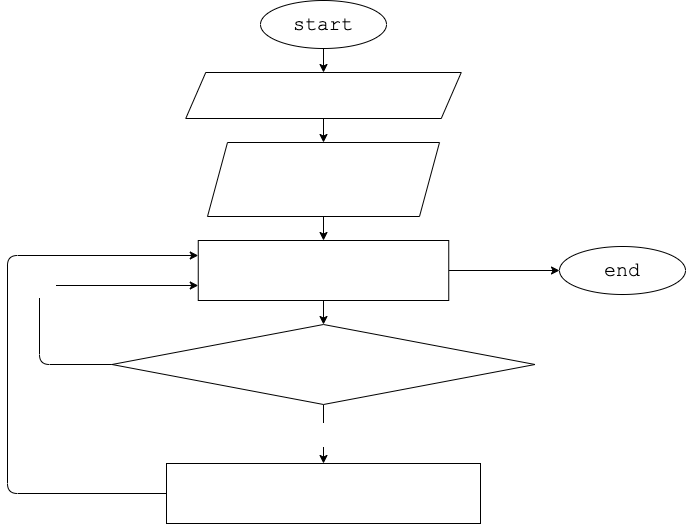
This is FinalWork/diagram.drawio.png from Babamuratov/FinalWork, a draw.io export, as it was before one commit. Source tidied: cells renumbered, new cells last; positions are measured from the earlier drawing's top-left corner, leaving out a move shared by most shapes.
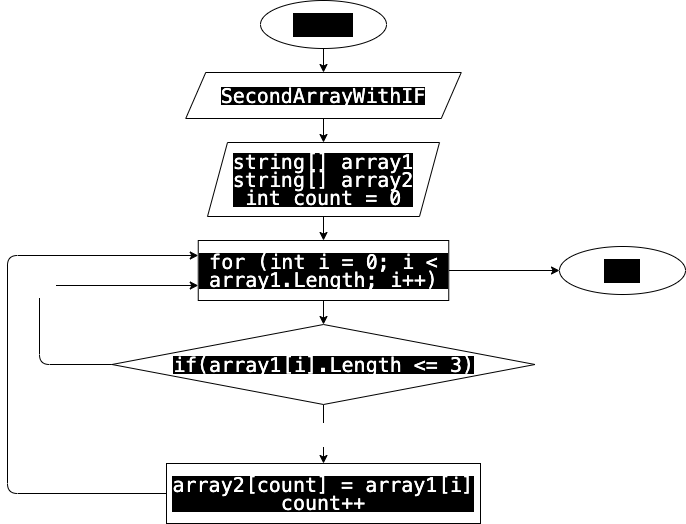
Later version of the same file.

Commit message:
Итоговая задача

The edit, as a diff of the source:
```diff
@@ -5,19 +5,19 @@
     <mxCell id="2" style="edgeStyle=none;html=1;fontFamily=Courier New;fontSize=20;fontColor=#FFFFFF;" parent="1" edge="1" source="3" target="5">
       <mxGeometry relative="1" as="geometry" />
     </mxCell>
-    <mxCell id="3" value="start" style="ellipse;whiteSpace=wrap;html=1;fontFamily=Courier New;fontSize=20;" parent="1" vertex="1">
+    <mxCell id="3" value="start" style="ellipse;whiteSpace=wrap;html=1;fontFamily=Courier New;fontSize=20;labelBackgroundColor=#000000;" parent="1" vertex="1">
       <mxGeometry x="253" width="126" height="48" as="geometry" />
     </mxCell>
     <mxCell id="4" style="edgeStyle=none;html=1;fontFamily=Courier New;fontSize=20;fontColor=#FFFFFF;" parent="1" edge="1" source="5" target="7">
       <mxGeometry relative="1" as="geometry" />
     </mxCell>
-    <mxCell id="5" value="&lt;div style=&quot;font-family: &amp;#34;menlo&amp;#34; , &amp;#34;monaco&amp;#34; , &amp;#34;courier new&amp;#34; , monospace ; line-height: 18px&quot;&gt;&lt;div style=&quot;font-family: &amp;#34;menlo&amp;#34; , &amp;#34;monaco&amp;#34; , &amp;#34;courier new&amp;#34; , monospace ; line-height: 18px&quot;&gt;&lt;font color=&quot;#ffffff&quot; style=&quot;font-size: 20px&quot;&gt;SecondArrayWithIF&lt;/font&gt;&lt;/div&gt;&lt;/div&gt;" style="shape=parallelogram;perimeter=parallelogramPerimeter;whiteSpace=wrap;html=1;fixedSize=1;fontFamily=Courier New;fontSize=20;" parent="1" vertex="1">
+    <mxCell id="5" value="&lt;div style=&quot;font-family: &amp;quot;menlo&amp;quot; , &amp;quot;monaco&amp;quot; , &amp;quot;courier new&amp;quot; , monospace ; line-height: 18px&quot;&gt;&lt;div style=&quot;font-family: &amp;quot;menlo&amp;quot; , &amp;quot;monaco&amp;quot; , &amp;quot;courier new&amp;quot; , monospace ; line-height: 18px&quot;&gt;&lt;font color=&quot;#ffffff&quot; style=&quot;font-size: 20px&quot;&gt;SecondArrayWithIF&lt;/font&gt;&lt;/div&gt;&lt;/div&gt;" style="shape=parallelogram;perimeter=parallelogramPerimeter;whiteSpace=wrap;html=1;fixedSize=1;fontFamily=Courier New;fontSize=20;labelBackgroundColor=#000000;" parent="1" vertex="1">
       <mxGeometry x="178.2" y="72" width="275.5" height="46" as="geometry" />
     </mxCell>
     <mxCell id="6" style="edgeStyle=none;html=1;fontFamily=Courier New;fontSize=20;fontColor=#FFFFFF;" parent="1" edge="1" source="7" target="10">
       <mxGeometry relative="1" as="geometry" />
     </mxCell>
-    <mxCell id="7" value="&lt;div style=&quot;font-family: &amp;#34;menlo&amp;#34; , &amp;#34;monaco&amp;#34; , &amp;#34;courier new&amp;#34; , monospace ; line-height: 18px&quot;&gt;&lt;font style=&quot;font-size: 20px&quot;&gt;string[] array1&lt;/font&gt;&lt;/div&gt;&lt;div style=&quot;font-family: &amp;#34;menlo&amp;#34; , &amp;#34;monaco&amp;#34; , &amp;#34;courier new&amp;#34; , monospace ; line-height: 18px&quot;&gt;&lt;div style=&quot;line-height: 18px&quot;&gt;&lt;font style=&quot;font-size: 20px&quot;&gt;string[] array2&lt;/font&gt;&lt;/div&gt;&lt;div style=&quot;line-height: 18px&quot;&gt;&lt;div style=&quot;line-height: 18px&quot;&gt;&lt;font style=&quot;font-size: 20px&quot;&gt;int count = 0&lt;/font&gt;&lt;/div&gt;&lt;/div&gt;&lt;/div&gt;" style="shape=parallelogram;perimeter=parallelogramPerimeter;whiteSpace=wrap;html=1;fixedSize=1;labelBackgroundColor=none;fontFamily=Courier New;fontSize=20;fontColor=#FFFFFF;" parent="1" vertex="1">
+    <mxCell id="7" value="&lt;div style=&quot;font-family: &amp;quot;menlo&amp;quot; , &amp;quot;monaco&amp;quot; , &amp;quot;courier new&amp;quot; , monospace ; line-height: 18px&quot;&gt;&lt;font style=&quot;font-size: 20px&quot;&gt;string[] array1&lt;/font&gt;&lt;/div&gt;&lt;div style=&quot;font-family: &amp;quot;menlo&amp;quot; , &amp;quot;monaco&amp;quot; , &amp;quot;courier new&amp;quot; , monospace ; line-height: 18px&quot;&gt;&lt;div style=&quot;line-height: 18px&quot;&gt;&lt;font style=&quot;font-size: 20px&quot;&gt;string[] array2&lt;/font&gt;&lt;/div&gt;&lt;div style=&quot;line-height: 18px&quot;&gt;&lt;div style=&quot;line-height: 18px&quot;&gt;&lt;font style=&quot;font-size: 20px&quot;&gt;int count = 0&lt;/font&gt;&lt;/div&gt;&lt;/div&gt;&lt;/div&gt;" style="shape=parallelogram;perimeter=parallelogramPerimeter;whiteSpace=wrap;html=1;fixedSize=1;labelBackgroundColor=#000000;fontFamily=Courier New;fontSize=20;fontColor=#FFFFFF;" parent="1" vertex="1">
       <mxGeometry x="200" y="142" width="232" height="74" as="geometry" />
     </mxCell>
     <mxCell id="8" style="edgeStyle=none;html=1;fontFamily=Courier New;fontSize=20;fontColor=#FFFFFF;" parent="1" edge="1" source="10" target="13">
@@ -26,7 +26,7 @@
     <mxCell id="9" style="edgeStyle=none;html=1;entryX=0;entryY=0.5;entryDx=0;entryDy=0;fontFamily=Courier New;fontSize=20;fontColor=#FFFFFF;" parent="1" edge="1" source="10" target="16">
       <mxGeometry relative="1" as="geometry" />
     </mxCell>
-    <mxCell id="10" value="&lt;div style=&quot;font-family: &amp;#34;menlo&amp;#34; , &amp;#34;monaco&amp;#34; , &amp;#34;courier new&amp;#34; , monospace ; line-height: 18px&quot;&gt;for (int i = 0; i &amp;lt; array1.Length; i++)&lt;/div&gt;" style="rounded=0;whiteSpace=wrap;html=1;labelBackgroundColor=none;fontFamily=Courier New;fontSize=20;fontColor=#FFFFFF;" parent="1" vertex="1">
+    <mxCell id="10" value="&lt;div style=&quot;font-family: &amp;quot;menlo&amp;quot; , &amp;quot;monaco&amp;quot; , &amp;quot;courier new&amp;quot; , monospace ; line-height: 18px&quot;&gt;for (int i = 0; i &amp;lt; array1.Length; i++)&lt;/div&gt;" style="rounded=0;whiteSpace=wrap;html=1;labelBackgroundColor=#000000;fontFamily=Courier New;fontSize=20;fontColor=#FFFFFF;labelBorderColor=none;" parent="1" vertex="1">
       <mxGeometry x="190.8" y="240" width="250.5" height="60" as="geometry" />
     </mxCell>
     <mxCell id="11" value="Yes" style="edgeStyle=none;html=1;fontFamily=Courier New;fontSize=20;fontColor=#FFFFFF;" parent="1" edge="1" source="13" target="15">
@@ -40,7 +40,7 @@
         </Array>
       </mxGeometry>
     </mxCell>
-    <mxCell id="13" value="&lt;div style=&quot;font-family: &amp;#34;menlo&amp;#34; , &amp;#34;monaco&amp;#34; , &amp;#34;courier new&amp;#34; , monospace ; line-height: 18px&quot;&gt;if(array1[i].Length &amp;lt;= 3)&lt;/div&gt;" style="rhombus;whiteSpace=wrap;html=1;labelBackgroundColor=none;fontFamily=Courier New;fontSize=20;fontColor=#FFFFFF;" parent="1" vertex="1">
+    <mxCell id="13" value="&lt;div style=&quot;font-family: &amp;quot;menlo&amp;quot; , &amp;quot;monaco&amp;quot; , &amp;quot;courier new&amp;quot; , monospace ; line-height: 18px&quot;&gt;if(array1[i].Length &amp;lt;= 3)&lt;/div&gt;" style="rhombus;whiteSpace=wrap;html=1;labelBackgroundColor=#000000;fontFamily=Courier New;fontSize=20;fontColor=#FFFFFF;" parent="1" vertex="1">
       <mxGeometry x="104.5" y="324" width="423" height="80" as="geometry" />
     </mxCell>
     <mxCell id="14" style="edgeStyle=none;html=1;entryX=0;entryY=0.25;entryDx=0;entryDy=0;fontFamily=Courier New;fontSize=20;fontColor=#FFFFFF;" parent="1" edge="1" source="15" target="10">
@@ -51,10 +51,10 @@
         </Array>
       </mxGeometry>
     </mxCell>
-    <mxCell id="15" value="&lt;div style=&quot;font-family: &amp;#34;menlo&amp;#34; , &amp;#34;monaco&amp;#34; , &amp;#34;courier new&amp;#34; , monospace ; line-height: 18px&quot;&gt;&lt;font style=&quot;font-size: 20px&quot;&gt;array2[count] = array1[i]&lt;/font&gt;&lt;/div&gt;&lt;div style=&quot;font-family: &amp;#34;menlo&amp;#34; , &amp;#34;monaco&amp;#34; , &amp;#34;courier new&amp;#34; , monospace ; line-height: 18px&quot;&gt;&lt;div style=&quot;line-height: 18px&quot;&gt;&lt;font style=&quot;font-size: 20px&quot;&gt;count++&lt;/font&gt;&lt;/div&gt;&lt;/div&gt;" style="rounded=0;whiteSpace=wrap;html=1;labelBackgroundColor=none;fontFamily=Courier New;fontSize=20;fontColor=#FFFFFF;" parent="1" vertex="1">
+    <mxCell id="15" value="&lt;div style=&quot;font-family: &amp;quot;menlo&amp;quot; , &amp;quot;monaco&amp;quot; , &amp;quot;courier new&amp;quot; , monospace ; line-height: 18px&quot;&gt;&lt;font style=&quot;font-size: 20px&quot;&gt;array2[count] = array1[i]&lt;/font&gt;&lt;/div&gt;&lt;div style=&quot;font-family: &amp;quot;menlo&amp;quot; , &amp;quot;monaco&amp;quot; , &amp;quot;courier new&amp;quot; , monospace ; line-height: 18px&quot;&gt;&lt;div style=&quot;line-height: 18px&quot;&gt;&lt;font style=&quot;font-size: 20px&quot;&gt;count++&lt;/font&gt;&lt;/div&gt;&lt;/div&gt;" style="rounded=0;whiteSpace=wrap;html=1;labelBackgroundColor=#000000;fontFamily=Courier New;fontSize=20;fontColor=#FFFFFF;" parent="1" vertex="1">
       <mxGeometry x="159" y="463" width="314" height="60" as="geometry" />
     </mxCell>
-    <mxCell id="16" value="end" style="ellipse;whiteSpace=wrap;html=1;fontFamily=Courier New;fontSize=20;" parent="1" vertex="1">
+    <mxCell id="16" value="end" style="ellipse;whiteSpace=wrap;html=1;fontFamily=Courier New;fontSize=20;labelBackgroundColor=#000000;" parent="1" vertex="1">
       <mxGeometry x="552" y="246" width="126" height="48" as="geometry" />
     </mxCell>
   </root>
```
